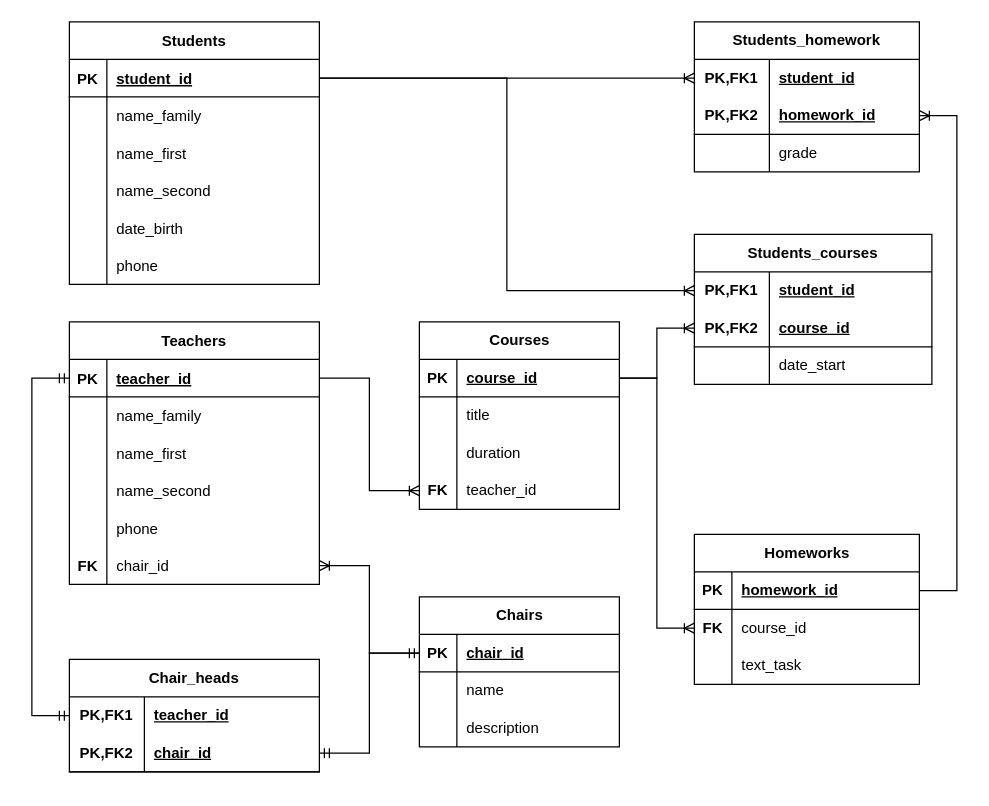
Above: page "Task 3" (3 of 3) of draw_io/14_8_practice_DataBase.drawio in MDS-007-52/Draw_io_diagrams (draw.io), before the change. Source tidied: cells renumbered, new cells numbered last; positions are measured from the earlier drawing's top-left corner, leaving out a move shared by most shapes. Both pictures are drawn from the tidied source at 125%, with x=0, y=0 at pixel (31, 21).
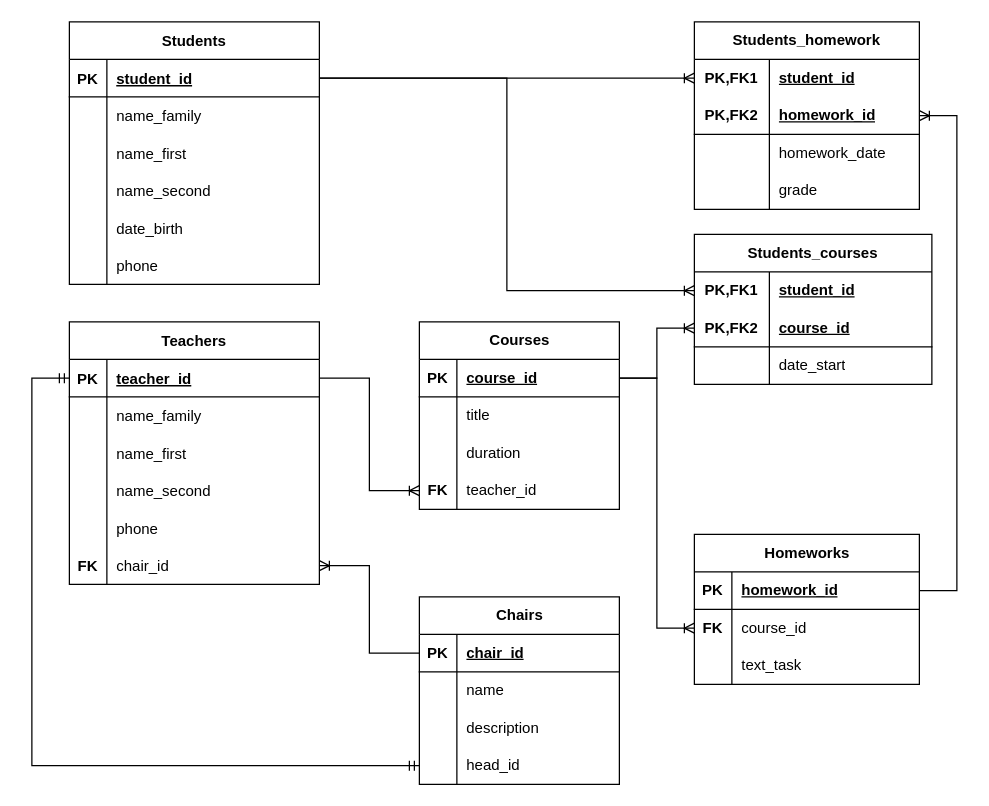
The same diagram, later.

Unchanged cells that the change refers to:
```xml
<mxCell id="22" style="shape=partialRectangle;fillColor=none;points=[[0,0.5],[1,0.5]];portConstraint=eastwest;top=0;left=0;right=0;bottom=1;" parent="21" vertex="1">
  <mxGeometry y="30" width="200" height="30" as="geometry" />
</mxCell>
<mxCell id="41" style="shape=tableRow;horizontal=0;startSize=0;swimlaneHead=0;swimlaneBody=0;fillColor=none;points=[[0,0.5],[1,0.5]];portConstraint=eastwest;top=0;left=0;right=0;bottom=1;" parent="40" vertex="1">
  <mxGeometry y="30" width="160" height="30" as="geometry" />
</mxCell>
<mxCell id="95" style="shape=tableRow;horizontal=0;startSize=0;swimlaneHead=0;swimlaneBody=0;fillColor=none;top=0;left=0;right=0;bottom=0;html=1;" parent="88" vertex="1">
  <mxGeometry y="90" width="180" height="30" as="geometry" />
</mxCell>
```

What changed in the source:
```diff
@@
     <mxCell id="40" value="Chairs" style="shape=table;startSize=30;childLayout=tableLayout;rowLines=0;fontStyle=1;align=center;html=1;" parent="1" vertex="1">
-      <mxGeometry x="310" y="460" width="160" height="120" as="geometry" />
+      <mxGeometry x="310" y="460" width="160" height="150" as="geometry" />
     </mxCell>
@@
+    <mxCell id="109" style="shape=tableRow;horizontal=0;startSize=0;swimlaneHead=0;swimlaneBody=0;fillColor=none;points=[[0,0.5],[1,0.5]];portConstraint=eastwest;top=0;left=0;right=0;bottom=0;" parent="40" vertex="1">
+      <mxGeometry y="120" width="160" height="30" as="geometry" />
+    </mxCell>
+    <mxCell id="110" style="shape=partialRectangle;fillColor=none;top=0;left=0;bottom=0;right=0;overflow=hidden;whiteSpace=wrap;html=1;" parent="109" vertex="1">
+      <mxGeometry width="30" height="30" as="geometry" />
+    </mxCell>
+    <mxCell id="111" value="head_id" style="shape=partialRectangle;fillColor=none;top=0;left=0;bottom=0;right=0;align=left;spacingLeft=6;overflow=hidden;whiteSpace=wrap;html=1;" parent="109" vertex="1">
+      <mxGeometry x="30" width="130" height="30" as="geometry" />
+    </mxCell>
@@
     <mxCell id="88" value="Students_homework" style="shape=table;startSize=30;childLayout=tableLayout;rowLines=0;fontStyle=1;align=center;html=1;whiteSpace=wrap;" parent="1" vertex="1">
-      <mxGeometry x="530" width="180" height="120" as="geometry" />
+      <mxGeometry x="530" width="180" height="150" as="geometry" />
     </mxCell>
@@
-    <mxCell id="97" value="grade" style="shape=partialRectangle;fillColor=none;top=0;left=0;bottom=0;right=0;align=left;spacingLeft=6;overflow=hidden;html=1;whiteSpace=wrap;" parent="95" vertex="1">
+    <mxCell id="97" value="homework_date" style="shape=partialRectangle;fillColor=none;top=0;left=0;bottom=0;right=0;align=left;spacingLeft=6;overflow=hidden;html=1;whiteSpace=wrap;" parent="95" vertex="1">
       <mxGeometry x="60" width="120" height="30" as="geometry" />
     </mxCell>
+    <mxCell id="112" style="shape=tableRow;horizontal=0;startSize=0;swimlaneHead=0;swimlaneBody=0;fillColor=none;top=0;left=0;right=0;bottom=0;html=1;" parent="88" vertex="1">
+      <mxGeometry y="120" width="180" height="30" as="geometry" />
+    </mxCell>
+    <mxCell id="113" style="shape=partialRectangle;fillColor=none;top=0;left=0;bottom=0;right=0;overflow=hidden;html=1;whiteSpace=wrap;" parent="112" vertex="1">
+      <mxGeometry width="60" height="30" as="geometry" />
+    </mxCell>
+    <mxCell id="114" value="grade" style="shape=partialRectangle;fillColor=none;top=0;left=0;bottom=0;right=0;align=left;spacingLeft=6;overflow=hidden;html=1;whiteSpace=wrap;" parent="112" vertex="1">
+      <mxGeometry x="60" width="120" height="30" as="geometry" />
+    </mxCell>
@@
-    <mxCell id="100" value="Chair_heads" style="shape=table;startSize=30;childLayout=tableLayout;rowLines=0;fontStyle=1;align=center;html=1;whiteSpace=wrap;" parent="1" vertex="1">
-      <mxGeometry x="30" y="510" width="200" height="90" as="geometry" />
-    </mxCell>
-    <mxCell id="101" style="shape=tableRow;horizontal=0;startSize=0;swimlaneHead=0;swimlaneBody=0;fillColor=none;points=[[0,0.5],[1,0.5]];portConstraint=eastwest;top=0;left=0;right=0;bottom=0;html=1;" parent="100" vertex="1">
-      <mxGeometry y="30" width="200" height="30" as="geometry" />
-    </mxCell>
-    <mxCell id="102" value="PK,FK1" style="shape=partialRectangle;fillColor=none;top=0;left=0;bottom=0;right=0;fontStyle=1;overflow=hidden;html=1;whiteSpace=wrap;" parent="101" vertex="1">
-      <mxGeometry width="60" height="30" as="geometry" />
-    </mxCell>
-    <mxCell id="103" value="teacher_id " style="shape=partialRectangle;fillColor=none;top=0;left=0;bottom=0;right=0;align=left;spacingLeft=6;fontStyle=5;overflow=hidden;html=1;whiteSpace=wrap;" parent="101" vertex="1">
-      <mxGeometry x="60" width="140" height="30" as="geometry" />
-    </mxCell>
-    <mxCell id="104" style="shape=tableRow;horizontal=0;startSize=0;swimlaneHead=0;swimlaneBody=0;fillColor=none;points=[[0,0.5],[1,0.5]];portConstraint=eastwest;top=0;left=0;right=0;bottom=1;html=1;" parent="100" vertex="1">
-      <mxGeometry y="60" width="200" height="30" as="geometry" />
-    </mxCell>
-    <mxCell id="105" value="PK,FK2" style="shape=partialRectangle;fillColor=none;top=0;left=0;bottom=0;right=0;fontStyle=1;overflow=hidden;html=1;whiteSpace=wrap;" parent="104" vertex="1">
-      <mxGeometry width="60" height="30" as="geometry" />
-    </mxCell>
-    <mxCell id="106" value="&lt;div&gt;chair_id&lt;/div&gt;" style="shape=partialRectangle;fillColor=none;top=0;left=0;bottom=0;right=0;align=left;spacingLeft=6;fontStyle=5;overflow=hidden;html=1;whiteSpace=wrap;" parent="104" vertex="1">
-      <mxGeometry x="60" width="140" height="30" as="geometry" />
-    </mxCell>
-    <mxCell id="107" style="edgeStyle=orthogonalEdgeStyle;fontSize=12;html=1;endArrow=ERmandOne;startArrow=ERmandOne;rounded=0;" parent="1" edge="1" source="104" target="41">
-      <mxGeometry relative="1" as="geometry" />
-    </mxCell>
-    <mxCell id="108" style="edgeStyle=elbowEdgeStyle;fontSize=12;html=1;endArrow=ERmandOne;startArrow=ERmandOne;rounded=0;entryX=0;entryY=0.5;entryDx=0;entryDy=0;exitX=0;exitY=0.5;exitDx=0;exitDy=0;" parent="1" edge="1" source="101" target="22">
+    <mxCell id="108" style="edgeStyle=elbowEdgeStyle;fontSize=12;html=1;endArrow=ERmandOne;startArrow=ERmandOne;rounded=0;entryX=0;entryY=0.5;entryDx=0;entryDy=0;" parent="1" edge="1" source="109" target="22">
       <mxGeometry relative="1" as="geometry">
         <Array as="points">
           <mxPoint y="420" />
         </Array>
       </mxGeometry>
     </mxCell>
```
